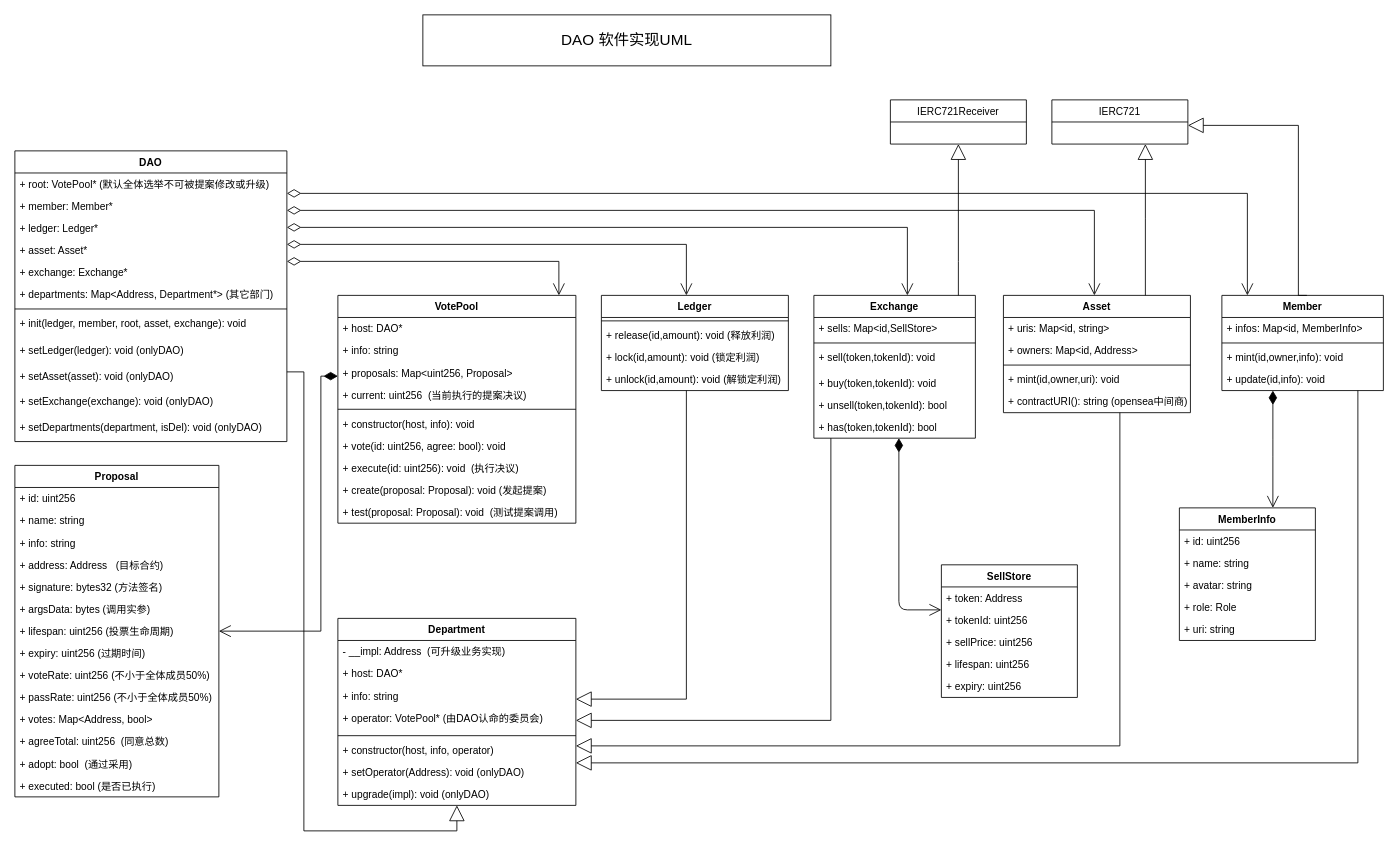
The draw.io diagram page "Page-1" (1 of 2) of contracts.drawio in NFTSwap/diagrams, before the edit. Source tidied: cells renumbered, new cells numbered last; positions are measured from the earlier drawing's top-left corner, leaving out a move shared by most shapes. Both pictures are drawn from the tidied source at 85%, with x=0, y=0 at pixel (14, 14).
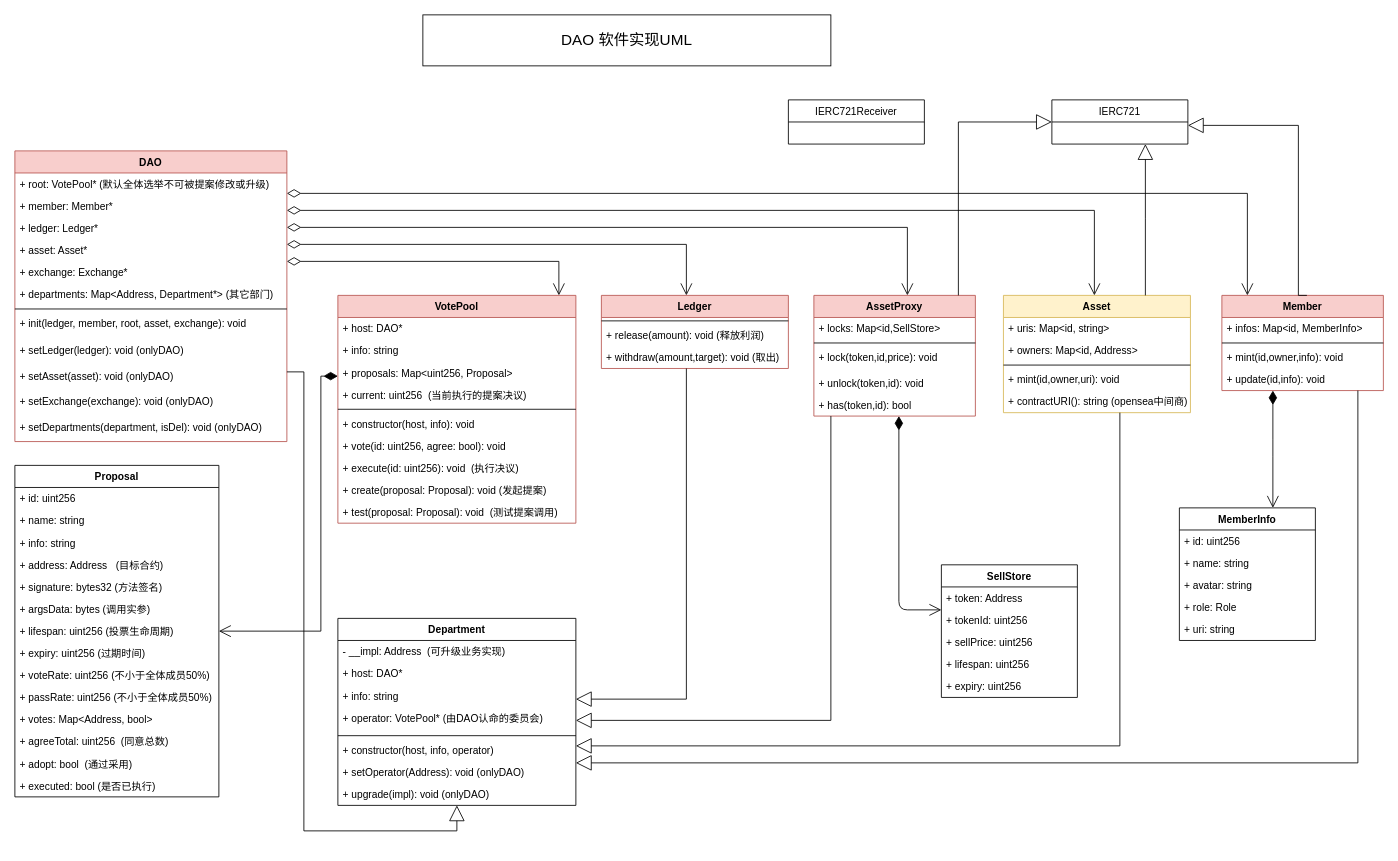
Above is the later version.

The change refers to these unchanged cells:
```xml
<mxCell id="15" value="IERC721" style="swimlane;fontStyle=0;horizontal=1;startSize=26;fillColor=none;" parent="1" vertex="1">
  <mxGeometry x="1220" y="100" width="160" height="52" as="geometry" />
</mxCell>
```

What changed in the source:
```diff
@@
-    <mxCell id="2" value="DAO" style="swimlane;fontStyle=1;align=center;verticalAlign=top;horizontal=1;startSize=26;" parent="1" vertex="1">
+    <mxCell id="2" value="DAO" style="swimlane;fontStyle=1;align=center;verticalAlign=top;horizontal=1;startSize=26;fillColor=#f8cecc;strokeColor=#b85450;" parent="1" vertex="1">
       <mxGeometry y="160" width="320" height="342" as="geometry" />
     </mxCell>
@@
-    <mxCell id="16" value="Asset" style="swimlane;fontStyle=1;align=center;verticalAlign=top;horizontal=1;startSize=26;" parent="1" vertex="1">
+    <mxCell id="16" value="Asset" style="swimlane;fontStyle=1;align=center;verticalAlign=top;horizontal=1;startSize=26;fillColor=#fff2cc;strokeColor=#d6b656;" parent="1" vertex="1">
       <mxGeometry x="1163" y="330" width="220" height="138" as="geometry" />
     </mxCell>
@@
-    <mxCell id="23" value="Member" style="swimlane;fontStyle=1;align=center;verticalAlign=top;horizontal=1;startSize=26;" parent="1" vertex="1">
+    <mxCell id="23" value="Member" style="swimlane;fontStyle=1;align=center;verticalAlign=top;horizontal=1;startSize=26;fillColor=#f8cecc;strokeColor=#b85450;" parent="1" vertex="1">
       <mxGeometry x="1420" y="330" width="190" height="112" as="geometry" />
     </mxCell>
@@
-    <mxCell id="31" value="Ledger" style="swimlane;fontStyle=1;align=center;verticalAlign=top;horizontal=1;startSize=26;" parent="1" vertex="1">
-      <mxGeometry x="690" y="330" width="220" height="112" as="geometry" />
+    <mxCell id="31" value="Ledger" style="swimlane;fontStyle=1;align=center;verticalAlign=top;horizontal=1;startSize=26;fillColor=#f8cecc;strokeColor=#b85450;" parent="1" vertex="1">
+      <mxGeometry x="690" y="330" width="220" height="86" as="geometry" />
     </mxCell>
@@
-    <mxCell id="33" value="+ release(id,amount): void (释放利润)" style="text;strokeColor=none;fillColor=none;align=left;verticalAlign=top;spacingLeft=4;spacingRight=4;overflow=hidden;" parent="31" vertex="1">
+    <mxCell id="33" value="+ release(amount): void (释放利润)" style="text;strokeColor=none;fillColor=none;align=left;verticalAlign=top;spacingLeft=4;spacingRight=4;overflow=hidden;" parent="31" vertex="1">
       <mxGeometry y="34" width="220" height="26" as="geometry" />
     </mxCell>
-    <mxCell id="34" value="+ lock(id,amount): void (锁定利润)" style="text;strokeColor=none;fillColor=none;align=left;verticalAlign=top;spacingLeft=4;spacingRight=4;overflow=hidden;" parent="31" vertex="1">
-      <mxGeometry y="60" width="220" height="26" as="geometry" />
-    </mxCell>
-    <mxCell id="35" value="+ unlock(id,amount): void (解锁定利润)" style="text;strokeColor=none;fillColor=none;align=left;verticalAlign=top;spacingLeft=4;spacingRight=4;overflow=hidden;" parent="31" vertex="1">
-      <mxGeometry y="86" width="220" height="26" as="geometry" />
+    <mxCell id="35" value="+ withdraw(amount,target): void (取出)" style="text;strokeColor=none;fillColor=none;align=left;verticalAlign=top;spacingLeft=4;spacingRight=4;overflow=hidden;" parent="31" vertex="1">
+      <mxGeometry y="60" width="220" height="26" as="geometry" />
     </mxCell>
@@
-    <mxCell id="37" value="VotePool" style="swimlane;fontStyle=1;align=center;verticalAlign=top;horizontal=1;startSize=26;" parent="1" vertex="1">
+    <mxCell id="37" value="VotePool" style="swimlane;fontStyle=1;align=center;verticalAlign=top;horizontal=1;startSize=26;fillColor=#f8cecc;strokeColor=#b85450;" parent="1" vertex="1">
       <mxGeometry x="380" y="330" width="280" height="268" as="geometry" />
     </mxCell>
@@
-    <mxCell id="50" value="Exchange" style="swimlane;fontStyle=1;align=center;verticalAlign=top;horizontal=1;startSize=26;" parent="1" vertex="1">
-      <mxGeometry x="940" y="330" width="190" height="168" as="geometry" />
+    <mxCell id="50" value="AssetProxy" style="swimlane;fontStyle=1;align=center;verticalAlign=top;horizontal=1;startSize=26;fillColor=#f8cecc;strokeColor=#b85450;" parent="1" vertex="1">
+      <mxGeometry x="940" y="330" width="190" height="142" as="geometry" />
     </mxCell>
-    <mxCell id="51" value="+ sells: Map&lt;id,SellStore&gt;" style="text;strokeColor=none;fillColor=none;align=left;verticalAlign=top;spacingLeft=4;spacingRight=4;overflow=hidden;" parent="50" vertex="1">
+    <mxCell id="51" value="+ locks: Map&lt;id,SellStore&gt;" style="text;strokeColor=none;fillColor=none;align=left;verticalAlign=top;spacingLeft=4;spacingRight=4;overflow=hidden;" parent="50" vertex="1">
       <mxGeometry y="26" width="190" height="26" as="geometry" />
     </mxCell>
@@
-    <mxCell id="53" value="+ sell(token,tokenId): void" style="text;strokeColor=none;fillColor=none;align=left;verticalAlign=top;spacingLeft=4;spacingRight=4;overflow=hidden;" parent="50" vertex="1">
+    <mxCell id="53" value="+ lock(token,id,price): void" style="text;strokeColor=none;fillColor=none;align=left;verticalAlign=top;spacingLeft=4;spacingRight=4;overflow=hidden;" parent="50" vertex="1">
       <mxGeometry y="60" width="190" height="30" as="geometry" />
     </mxCell>
-    <mxCell id="54" value="+ buy(token,tokenId): void" style="text;strokeColor=none;fillColor=none;align=left;verticalAlign=top;spacingLeft=4;spacingRight=4;overflow=hidden;" parent="50" vertex="1">
+    <mxCell id="54" value="+ unlock(token,id): void" style="text;strokeColor=none;fillColor=none;align=left;verticalAlign=top;spacingLeft=4;spacingRight=4;overflow=hidden;" parent="50" vertex="1">
       <mxGeometry y="90" width="190" height="26" as="geometry" />
     </mxCell>
-    <mxCell id="55" value="+ unsell(token,tokenId): bool" style="text;strokeColor=none;fillColor=none;align=left;verticalAlign=top;spacingLeft=4;spacingRight=4;overflow=hidden;" parent="50" vertex="1">
-      <mxGeometry y="116" width="190" height="26" as="geometry" />
-    </mxCell>
-    <mxCell id="56" value="+ has(token,tokenId): bool" style="text;strokeColor=none;fillColor=none;align=left;verticalAlign=top;spacingLeft=4;spacingRight=4;overflow=hidden;" parent="50" vertex="1">
-      <mxGeometry y="142" width="190" height="26" as="geometry" />
+    <mxCell id="56" value="+ has(token,id): bool" style="text;strokeColor=none;fillColor=none;align=left;verticalAlign=top;spacingLeft=4;spacingRight=4;overflow=hidden;" parent="50" vertex="1">
+      <mxGeometry y="116" width="190" height="26" as="geometry" />
     </mxCell>
@@
     <mxCell id="102" value="IERC721Receiver" style="swimlane;fontStyle=0;horizontal=1;startSize=26;fillColor=none;" parent="1" vertex="1">
-      <mxGeometry x="1030" y="100" width="160" height="52" as="geometry" />
+      <mxGeometry x="910" y="100" width="160" height="52" as="geometry" />
     </mxCell>
-    <mxCell id="103" style="endArrow=block;endSize=16;endFill=0;html=1;rounded=0;edgeStyle=orthogonalEdgeStyle;elbow=vertical;" parent="1" edge="1" source="50" target="102">
+    <mxCell id="103" style="endArrow=block;endSize=16;endFill=0;html=1;rounded=0;edgeStyle=orthogonalEdgeStyle;elbow=vertical;" parent="1" edge="1" source="50" target="15">
       <mxGeometry relative="1" as="geometry">
         <Array as="points">
-          <mxPoint x="1110" y="290" />
-          <mxPoint x="1110" y="290" />
+          <mxPoint x="1110" y="126" />
         </Array>
       </mxGeometry>
     </mxCell>
```
